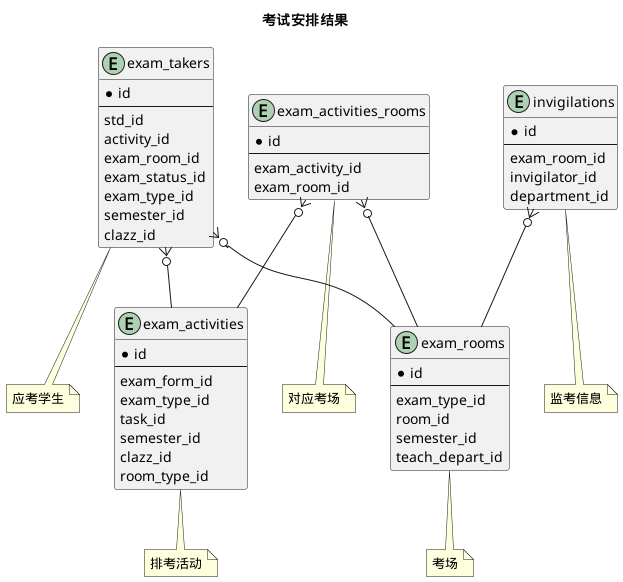
Above: model/edu/exam/images/activity.png in openurp/openurp.github.io (PlantUML), before the change.
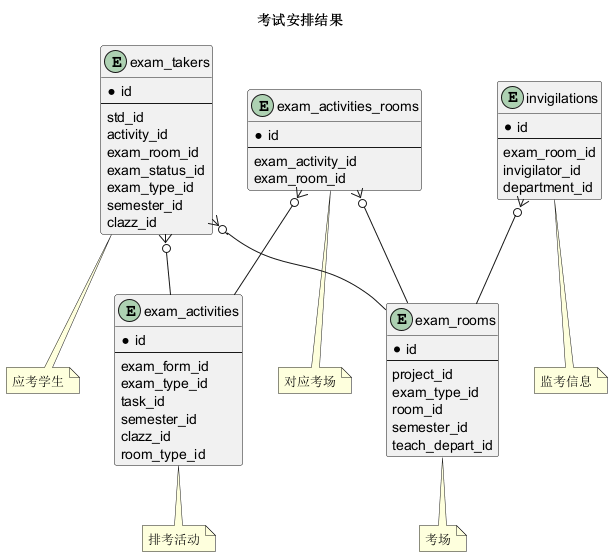
Later version of the same file.

What changed in the source:
```diff
@@ -4,6 +4,7 @@
 entity exam_rooms{
  * id
  --
+  project_id
   exam_type_id
   room_id
   semester_id
```
